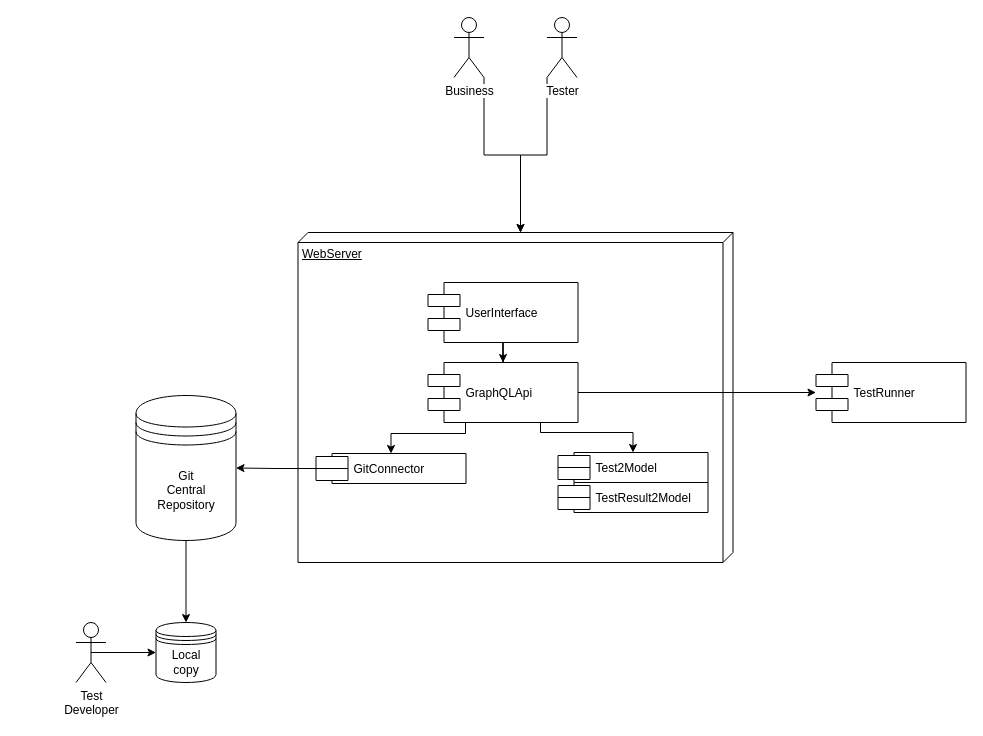
The draw.io diagram page "Components" (1 of 2) of docs/overview.drawio in couchsoft/refineT, before the edit. Source tidied: cells renumbered, new cells numbered last; positions are measured from the earlier drawing's top-left corner, leaving out a move shared by most shapes. Both pictures are drawn from the tidied source at 100%, with x=0, y=0 at pixel (75, 17).
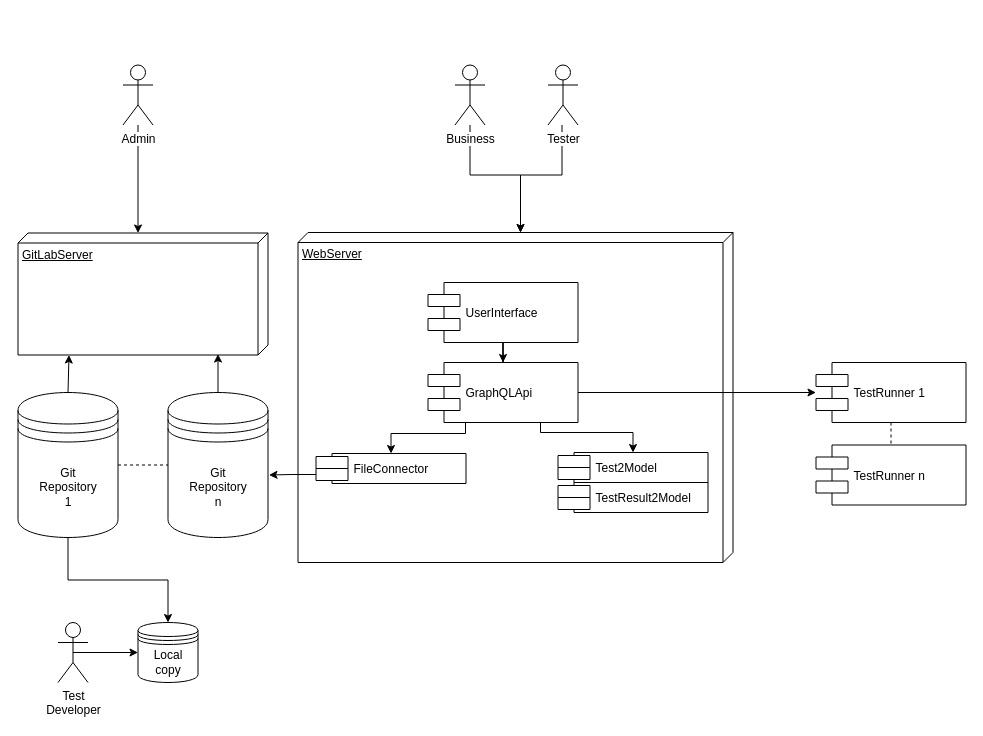
The same diagram, later.

Unchanged cells that the change refers to:
```xml
<mxCell id="2" value="WebServer" style="verticalAlign=top;align=left;spacingTop=8;spacingLeft=2;spacingRight=12;shape=cube;size=10;direction=south;fontStyle=4;html=1;" parent="1" vertex="1">
  <mxGeometry x="222.5" y="215" width="435" height="330" as="geometry" />
</mxCell>
```

Change to the diagram source:
```diff
@@
-    <mxCell id="3" value="TestRunner" style="shape=component;align=left;spacingLeft=36;" parent="1" vertex="1">
+    <mxCell id="3" value="TestRunner 1" style="shape=component;align=left;spacingLeft=36;" parent="1" vertex="1">
       <mxGeometry x="740.5" y="345" width="150" height="60" as="geometry" />
     </mxCell>
@@
-    <mxCell id="12" style="edgeStyle=orthogonalEdgeStyle;rounded=0;jettySize=auto;html=1;entryX=1;entryY=0.5;entryDx=0;entryDy=0;" parent="1" edge="1" source="13" target="15">
-      <mxGeometry relative="1" as="geometry" />
-    </mxCell>
+    <mxCell id="23" style="edgeStyle=orthogonalEdgeStyle;rounded=0;jettySize=auto;html=1;exitX=0;exitY=0.7;exitDx=0;exitDy=0;entryX=1.01;entryY=0.569;entryDx=0;entryDy=0;entryPerimeter=0;endArrow=classic;endFill=1;" parent="1" edge="1" source="13" target="28">
+      <mxGeometry relative="1" as="geometry" />
+    </mxCell>
-    <mxCell id="13" value="GitConnector" style="shape=component;align=left;spacingLeft=36;" parent="1" vertex="1">
+    <mxCell id="13" value="FileConnector" style="shape=component;align=left;spacingLeft=36;" parent="1" vertex="1">
       <mxGeometry x="240.5" y="436" width="150" height="30" as="geometry" />
     </mxCell>
@@
+    <mxCell id="24" style="edgeStyle=orthogonalEdgeStyle;rounded=0;jettySize=auto;html=1;exitX=1;exitY=0.5;exitDx=0;exitDy=0;entryX=0;entryY=0.5;entryDx=0;entryDy=0;dashed=1;endArrow=none;endFill=0;" parent="1" edge="1" source="15" target="28">
+      <mxGeometry relative="1" as="geometry" />
+    </mxCell>
+    <mxCell id="25" style="edgeStyle=orthogonalEdgeStyle;rounded=0;jettySize=auto;html=1;exitX=0.5;exitY=0;exitDx=0;exitDy=0;entryX=1;entryY=0.796;entryDx=0;entryDy=0;entryPerimeter=0;endArrow=classic;endFill=1;" parent="1" edge="1" source="15" target="26">
+      <mxGeometry relative="1" as="geometry" />
+    </mxCell>
-    <mxCell id="15" value="&lt;div&gt;Git&lt;/div&gt;&lt;div&gt;Central&lt;/div&gt;&lt;div&gt;Repository&lt;br&gt;&lt;/div&gt;" style="shape=datastore;whiteSpace=wrap;html=1;" parent="1" vertex="1">
-      <mxGeometry x="60.5" y="378" width="100" height="145" as="geometry" />
+    <mxCell id="15" value="&lt;div&gt;Git&lt;/div&gt;&lt;div&gt;Repository&lt;/div&gt;&lt;div&gt;1&lt;br&gt;&lt;/div&gt;" style="shape=datastore;whiteSpace=wrap;html=1;" parent="1" vertex="1">
+      <mxGeometry x="-57.5" y="375" width="100" height="145" as="geometry" />
     </mxCell>
     <mxCell id="16" value="&lt;div&gt;Local &lt;br&gt;&lt;/div&gt;&lt;div&gt;copy&lt;/div&gt;" style="shape=datastore;whiteSpace=wrap;html=1;" parent="1" vertex="1">
-      <mxGeometry x="80.5" y="605" width="60" height="60" as="geometry" />
+      <mxGeometry x="62.5" y="605" width="60" height="60" as="geometry" />
     </mxCell>
@@
     <mxCell id="18" value="&lt;div&gt;Test&lt;/div&gt;&lt;div&gt;Developer&lt;/div&gt;" style="shape=umlActor;verticalLabelPosition=bottom;labelBackgroundColor=#ffffff;verticalAlign=top;html=1;" parent="1" vertex="1">
-      <mxGeometry x="0.5" y="605" width="30" height="60" as="geometry" />
+      <mxGeometry x="-17.5" y="605" width="30" height="60" as="geometry" />
     </mxCell>
-    <mxCell id="19" style="edgeStyle=orthogonalEdgeStyle;rounded=0;jettySize=auto;html=1;exitX=1;exitY=1;exitDx=0;exitDy=0;exitPerimeter=0;entryX=0;entryY=0;entryDx=0;entryDy=212.5;entryPerimeter=0;" parent="1" edge="1" source="20" target="2">
-      <mxGeometry relative="1" as="geometry" />
+    <mxCell id="19" style="edgeStyle=orthogonalEdgeStyle;rounded=0;jettySize=auto;html=1;entryX=0;entryY=0;entryDx=0;entryDy=212.5;entryPerimeter=0;" parent="1" edge="1" source="20" target="2">
+      <mxGeometry relative="1" as="geometry">
+        <Array as="points">
+          <mxPoint x="394.5" y="157.5" />
+          <mxPoint x="445.5" y="157.5" />
+        </Array>
+      </mxGeometry>
     </mxCell>
     <mxCell id="20" value="&lt;div&gt;Business &lt;br&gt;&lt;/div&gt;" style="shape=umlActor;verticalLabelPosition=bottom;labelBackgroundColor=#ffffff;verticalAlign=top;html=1;" parent="1" vertex="1">
-      <mxGeometry x="378.5" width="30" height="60" as="geometry" />
+      <mxGeometry x="379.5" y="47.5" width="30" height="60" as="geometry" />
     </mxCell>
-    <mxCell id="21" style="edgeStyle=orthogonalEdgeStyle;rounded=0;jettySize=auto;html=1;exitX=0;exitY=1;exitDx=0;exitDy=0;exitPerimeter=0;entryX=0;entryY=0;entryDx=0;entryDy=212.5;entryPerimeter=0;" parent="1" edge="1" source="22" target="2">
-      <mxGeometry relative="1" as="geometry" />
+    <mxCell id="21" style="edgeStyle=orthogonalEdgeStyle;rounded=0;jettySize=auto;html=1;entryX=0;entryY=0;entryDx=0;entryDy=212.5;entryPerimeter=0;" parent="1" edge="1" source="22" target="2">
+      <mxGeometry relative="1" as="geometry">
+        <Array as="points">
+          <mxPoint x="486.5" y="157.5" />
+          <mxPoint x="445.5" y="157.5" />
+        </Array>
+      </mxGeometry>
     </mxCell>
     <mxCell id="22" value="Tester" style="shape=umlActor;verticalLabelPosition=bottom;labelBackgroundColor=#ffffff;verticalAlign=top;html=1;" parent="1" vertex="1">
-      <mxGeometry x="471.5" width="30" height="60" as="geometry" />
+      <mxGeometry x="472.5" y="47.5" width="30" height="60" as="geometry" />
     </mxCell>
+    <mxCell id="26" value="GitLabServer" style="verticalAlign=top;align=left;spacingTop=8;spacingLeft=2;spacingRight=12;shape=cube;size=10;direction=south;fontStyle=4;html=1;" parent="1" vertex="1">
+      <mxGeometry x="-57.5" y="215.5" width="250" height="122" as="geometry" />
+    </mxCell>
+    <mxCell id="27" style="edgeStyle=orthogonalEdgeStyle;rounded=0;jettySize=auto;html=1;exitX=0.5;exitY=0;exitDx=0;exitDy=0;entryX=0.992;entryY=0.2;entryDx=0;entryDy=0;entryPerimeter=0;endArrow=classic;endFill=1;" parent="1" edge="1" source="28" target="26">
+      <mxGeometry relative="1" as="geometry" />
+    </mxCell>
+    <mxCell id="28" value="&lt;div&gt;Git&lt;/div&gt;&lt;div&gt;Repository&lt;/div&gt;&lt;div&gt;n&lt;br&gt;&lt;/div&gt;" style="shape=datastore;whiteSpace=wrap;html=1;" parent="1" vertex="1">
+      <mxGeometry x="92.5" y="375" width="100" height="145" as="geometry" />
+    </mxCell>
+    <mxCell id="29" style="edgeStyle=orthogonalEdgeStyle;rounded=0;jettySize=auto;html=1;endArrow=classic;endFill=1;entryX=0;entryY=0.52;entryDx=0;entryDy=0;entryPerimeter=0;" parent="1" edge="1" source="30" target="26">
+      <mxGeometry relative="1" as="geometry" />
+    </mxCell>
+    <mxCell id="30" value="Admin" style="shape=umlActor;verticalLabelPosition=bottom;labelBackgroundColor=#ffffff;verticalAlign=top;html=1;" parent="1" vertex="1">
+      <mxGeometry x="47.5" y="47.5" width="30" height="60" as="geometry" />
+    </mxCell>
+    <mxCell id="31" value="TestRunner n" style="shape=component;align=left;spacingLeft=36;" parent="1" vertex="1">
+      <mxGeometry x="740.5" y="427.5" width="150" height="60" as="geometry" />
+    </mxCell>
+    <mxCell id="32" style="edgeStyle=orthogonalEdgeStyle;rounded=0;jettySize=auto;html=1;exitX=0.5;exitY=1;exitDx=0;exitDy=0;entryX=0.5;entryY=0;entryDx=0;entryDy=0;dashed=1;endArrow=none;endFill=0;" parent="1" edge="1" source="3" target="31">
+      <mxGeometry relative="1" as="geometry" />
+    </mxCell>
```
